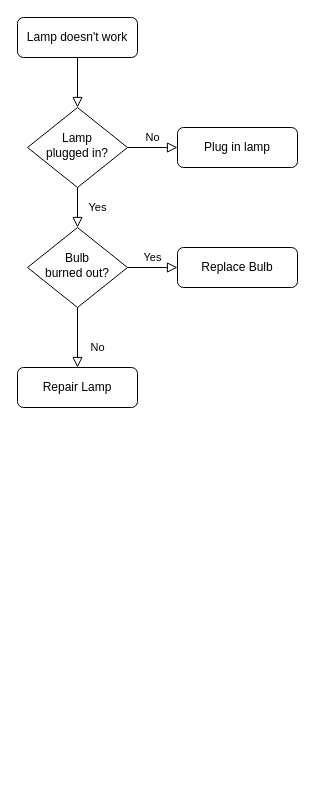
Above: Untitled Diagram.drawio in longzou/poethxp (draw.io), before the change. Source tidied: cells renumbered, new cells numbered last; positions are measured from the earlier drawing's top-left corner, leaving out a move shared by most shapes. Both pictures are drawn from the tidied source at 100%, with x=0, y=0 at pixel (17, 17).
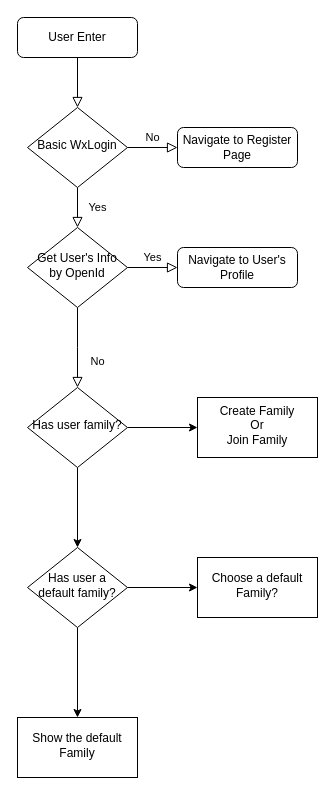
The same diagram, later.

Diff of the diagram source:
```diff
@@
-    <mxCell id="3" value="Lamp doesn't work" style="rounded=1;whiteSpace=wrap;html=1;fontSize=12;glass=0;strokeWidth=1;shadow=0;" parent="1" vertex="1">
+    <mxCell id="3" value="User Enter" style="rounded=1;whiteSpace=wrap;html=1;fontSize=12;glass=0;strokeWidth=1;shadow=0;" parent="1" vertex="1">
       <mxGeometry width="120" height="40" as="geometry" />
     </mxCell>
@@
-    <mxCell id="6" value="Lamp&lt;br&gt;plugged in?" style="rhombus;whiteSpace=wrap;html=1;shadow=0;fontFamily=Helvetica;fontSize=12;align=center;strokeWidth=1;spacing=6;spacingTop=-4;" parent="1" vertex="1">
+    <mxCell id="6" value="Basic WxLogin" style="rhombus;whiteSpace=wrap;html=1;shadow=0;fontFamily=Helvetica;fontSize=12;align=center;strokeWidth=1;spacing=6;spacingTop=-4;" parent="1" vertex="1">
       <mxGeometry x="10" y="90" width="100" height="80" as="geometry" />
     </mxCell>
-    <mxCell id="7" value="Plug in lamp" style="rounded=1;whiteSpace=wrap;html=1;fontSize=12;glass=0;strokeWidth=1;shadow=0;" parent="1" vertex="1">
+    <mxCell id="7" value="Navigate to Register Page" style="rounded=1;whiteSpace=wrap;html=1;fontSize=12;glass=0;strokeWidth=1;shadow=0;" parent="1" vertex="1">
       <mxGeometry x="160" y="110" width="120" height="40" as="geometry" />
     </mxCell>
-    <mxCell id="8" value="No" style="rounded=0;html=1;jettySize=auto;fontSize=11;endArrow=block;endFill=0;endSize=8;strokeWidth=1;shadow=0;labelBackgroundColor=none;edgeStyle=orthogonalEdgeStyle;" parent="1" edge="1" source="10" target="11">
-      <mxGeometry x="0.33" y="20" relative="1" as="geometry" />
+    <mxCell id="8" value="No" style="rounded=0;html=1;jettySize=auto;fontSize=11;endArrow=block;endFill=0;endSize=8;strokeWidth=1;shadow=0;labelBackgroundColor=none;edgeStyle=orthogonalEdgeStyle;" parent="1" edge="1" source="10">
+      <mxGeometry x="0.33" y="20" relative="1" as="geometry">
+        <mxPoint x="60" y="370" as="targetPoint" />
+      </mxGeometry>
     </mxCell>
@@
-    <mxCell id="10" value="Bulb&lt;br&gt;burned out?" style="rhombus;whiteSpace=wrap;html=1;shadow=0;fontFamily=Helvetica;fontSize=12;align=center;strokeWidth=1;spacing=6;spacingTop=-4;" parent="1" vertex="1">
+    <mxCell id="10" value="Get User's Info by OpenId" style="rhombus;whiteSpace=wrap;html=1;shadow=0;fontFamily=Helvetica;fontSize=12;align=center;strokeWidth=1;spacing=6;spacingTop=-4;" parent="1" vertex="1">
       <mxGeometry x="10" y="210" width="100" height="80" as="geometry" />
     </mxCell>
-    <mxCell id="11" value="Repair Lamp" style="rounded=1;whiteSpace=wrap;html=1;fontSize=12;glass=0;strokeWidth=1;shadow=0;" parent="1" vertex="1">
-      <mxGeometry y="350" width="120" height="40" as="geometry" />
-    </mxCell>
-    <mxCell id="12" value="Replace Bulb" style="rounded=1;whiteSpace=wrap;html=1;fontSize=12;glass=0;strokeWidth=1;shadow=0;" parent="1" vertex="1">
+    <mxCell id="12" value="Navigate to User's Profile" style="rounded=1;whiteSpace=wrap;html=1;fontSize=12;glass=0;strokeWidth=1;shadow=0;" parent="1" vertex="1">
       <mxGeometry x="160" y="230" width="120" height="40" as="geometry" />
     </mxCell>
+    <mxCell id="13" style="edgeStyle=orthogonalEdgeStyle;rounded=0;jettySize=auto;html=1;" parent="1" edge="1" source="15" target="18">
+      <mxGeometry relative="1" as="geometry" />
+    </mxCell>
+    <mxCell id="14" style="edgeStyle=orthogonalEdgeStyle;rounded=0;jettySize=auto;html=1;" parent="1" edge="1" source="15" target="19">
+      <mxGeometry relative="1" as="geometry" />
+    </mxCell>
+    <mxCell id="15" value="Has user family?" style="rhombus;whiteSpace=wrap;html=1;shadow=0;fontFamily=Helvetica;fontSize=12;align=center;strokeWidth=1;spacing=6;spacingTop=-4;" parent="1" vertex="1">
+      <mxGeometry x="10" y="370" width="100" height="80" as="geometry" />
+    </mxCell>
+    <mxCell id="16" style="edgeStyle=orthogonalEdgeStyle;rounded=0;jettySize=auto;html=1;" parent="1" edge="1" source="18" target="20">
+      <mxGeometry relative="1" as="geometry" />
+    </mxCell>
+    <mxCell id="17" style="edgeStyle=orthogonalEdgeStyle;rounded=0;jettySize=auto;html=1;" parent="1" edge="1" source="18" target="21">
+      <mxGeometry relative="1" as="geometry" />
+    </mxCell>
+    <mxCell id="18" value="Has user a default family?" style="rhombus;whiteSpace=wrap;html=1;shadow=0;fontFamily=Helvetica;fontSize=12;align=center;strokeWidth=1;spacing=6;spacingTop=-4;" parent="1" vertex="1">
+      <mxGeometry x="10" y="530" width="100" height="80" as="geometry" />
+    </mxCell>
+    <mxCell id="19" value="Create Family&lt;br&gt;Or&lt;br&gt;Join Family" style="whiteSpace=wrap;html=1;shadow=0;strokeWidth=1;spacing=6;spacingTop=-4;" parent="1" vertex="1">
+      <mxGeometry x="180" y="380" width="120" height="60" as="geometry" />
+    </mxCell>
+    <mxCell id="20" value="Choose a default Family?" style="whiteSpace=wrap;html=1;shadow=0;strokeWidth=1;spacing=6;spacingTop=-4;" parent="1" vertex="1">
+      <mxGeometry x="180" y="540" width="120" height="60" as="geometry" />
+    </mxCell>
+    <mxCell id="21" value="Show the default Family" style="whiteSpace=wrap;html=1;shadow=0;strokeWidth=1;spacing=6;spacingTop=-4;" parent="1" vertex="1">
+      <mxGeometry y="700" width="120" height="60" as="geometry" />
+    </mxCell>
```
